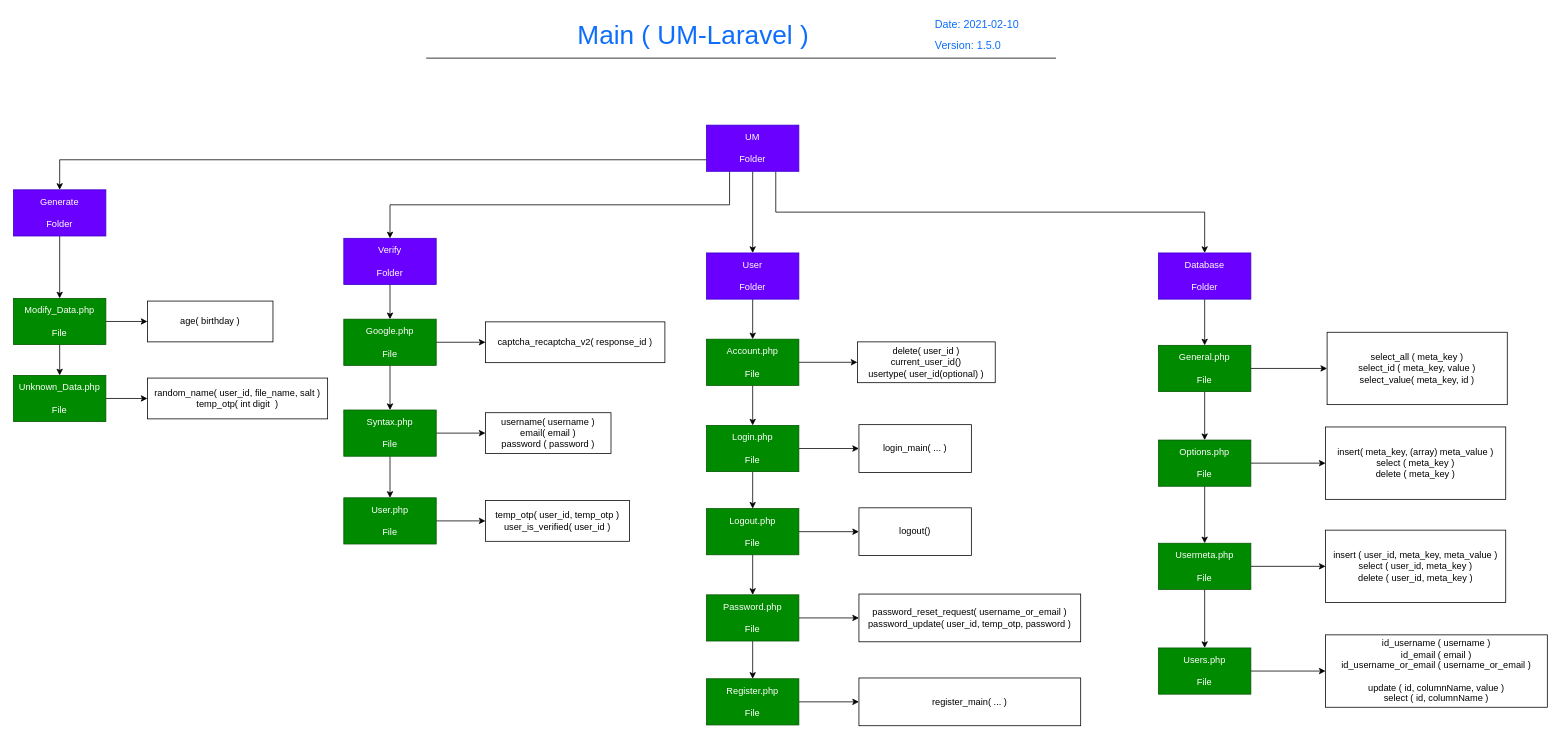
Earlier version of the draw.io diagram page "Main" (1 of 2) of Docs/main.drawio (imithu/UM-Laravel). Source tidied: cells renumbered, new cells numbered last; positions are measured from the earlier drawing's top-left corner, leaving out a move shared by most shapes. Both pictures are drawn from the tidied source at 77%, with x=0, y=0 at pixel (13, 13).
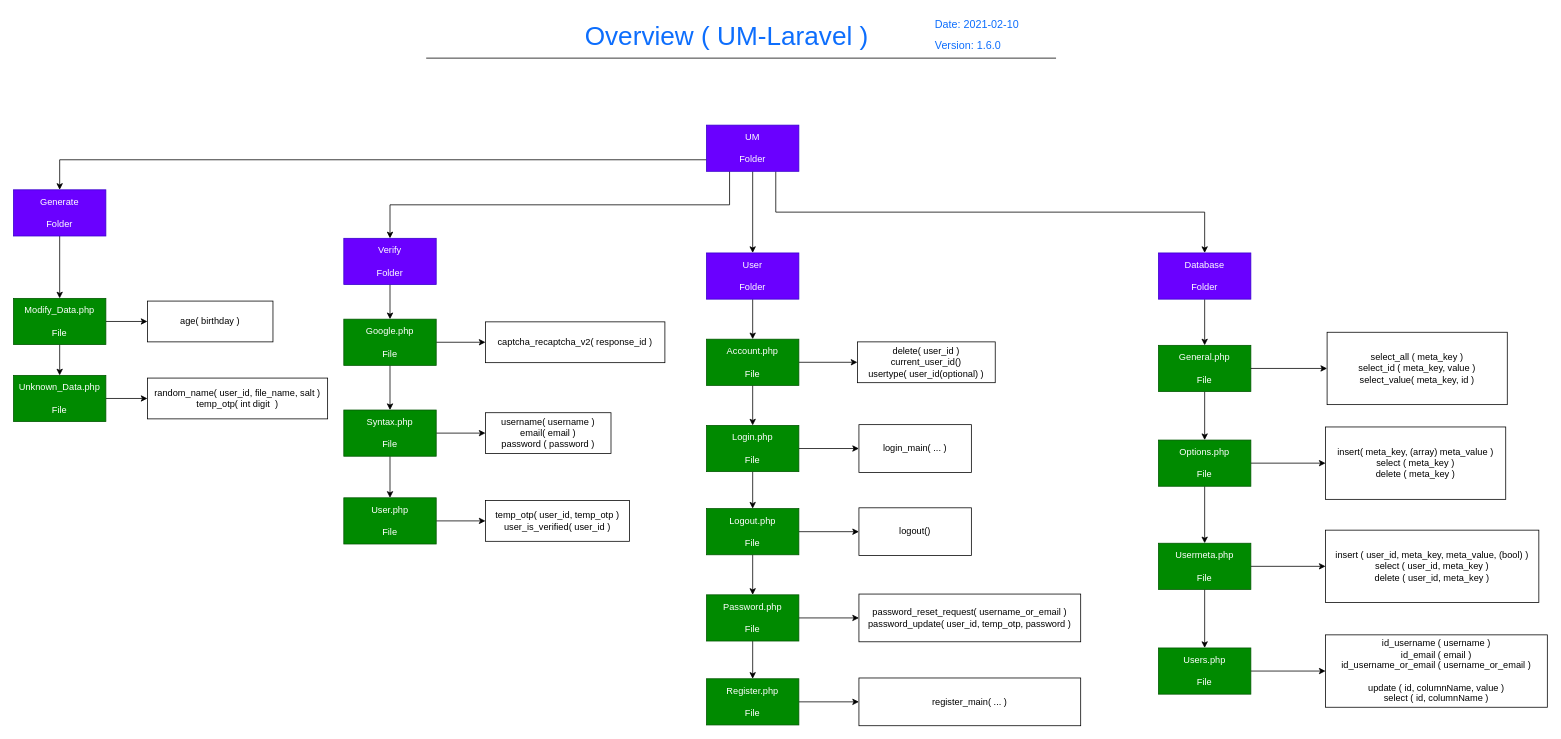
The same diagram, later.

Commit message (it also covers changes not shown here):
doc of overview has been added for v1.6.0

Unchanged cells that the change refers to:
```xml
<mxCell id="2" style="group;fontSize=34;" parent="1" vertex="1">
  <mxGeometry x="536" width="818" height="58" as="geometry" />
</mxCell>
```

What changed in the source:
```diff
@@
-    <mxCell id="3" value="Main ( UM-Laravel )" style="text;html=1;strokeColor=none;fillColor=none;align=center;verticalAlign=middle;whiteSpace=wrap;labelBackgroundColor=none;fontSize=34;fontColor=#0d6efd;" parent="2" vertex="1">
-      <mxGeometry x="194" width="306" height="55" as="geometry" />
+    <mxCell id="3" value="Overview ( UM-Laravel )" style="text;html=1;strokeColor=none;fillColor=none;align=center;verticalAlign=middle;whiteSpace=wrap;labelBackgroundColor=none;fontSize=34;fontColor=#0d6efd;" parent="2" vertex="1">
+      <mxGeometry x="194" y="1.5" width="393" height="55" as="geometry" />
     </mxCell>
@@
-    <mxCell id="6" value="Version: 1.5.0" style="text;html=1;strokeColor=none;fillColor=none;align=left;verticalAlign=middle;whiteSpace=wrap;labelBackgroundColor=none;fontSize=14;fontColor=#0d6efd;" parent="2" vertex="1">
+    <mxCell id="6" value="Version: 1.6.0" style="text;html=1;strokeColor=none;fillColor=none;align=left;verticalAlign=middle;whiteSpace=wrap;labelBackgroundColor=none;fontSize=14;fontColor=#0d6efd;" parent="2" vertex="1">
       <mxGeometry x="659" y="32" width="132" height="20" as="geometry" />
     </mxCell>
@@
-    <mxCell id="25" value="insert ( user_id, meta_key, meta_value )&lt;br&gt;select ( user_id, meta_key )&lt;br&gt;delete ( user_id, meta_key )" style="rounded=0;whiteSpace=wrap;html=1;" parent="1" vertex="1">
-      <mxGeometry x="1704" y="671" width="234" height="94" as="geometry" />
+    <mxCell id="25" value="insert ( user_id, meta_key, meta_value, (bool) )&lt;br&gt;select ( user_id, meta_key )&lt;br&gt;delete ( user_id, meta_key )" style="rounded=0;whiteSpace=wrap;html=1;" parent="1" vertex="1">
+      <mxGeometry x="1704" y="671" width="277" height="94" as="geometry" />
     </mxCell>
```
